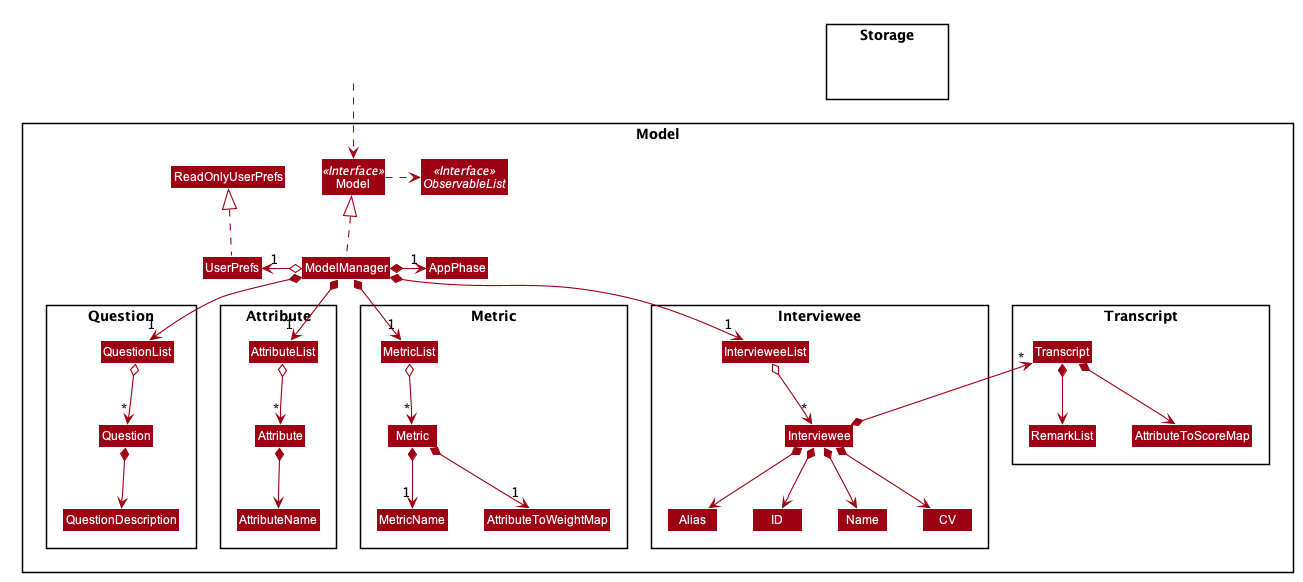
AY1920S2-CS2103-W15-2/main keeps this PlantUML diagram as images/ModelClassDiagram.png. Above is the earlier version.
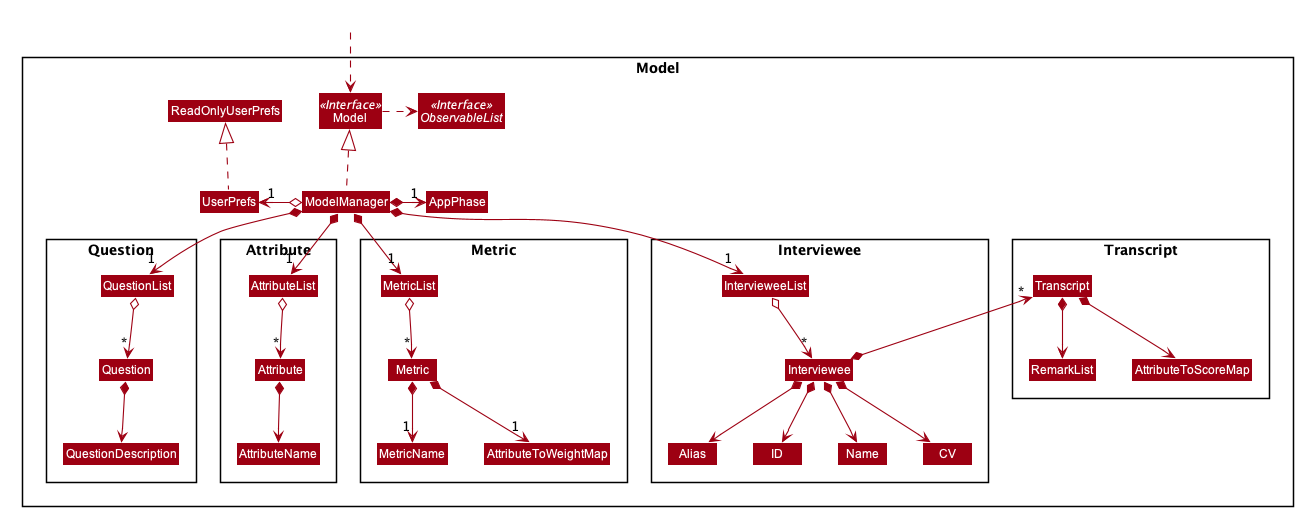
The same diagram one commit later.

Diff of the diagram source:
```diff
@@ -125,10 +125,6 @@
 Transcript *--> RemarkList
 Transcript *--> AttributeToScoreMap
 
-Package Storage {
-Class HiddenStorage #FFFFFF
-}
-
 Class HiddenOutside #FFFFFF
 HiddenOutside ..> Model
 
```
